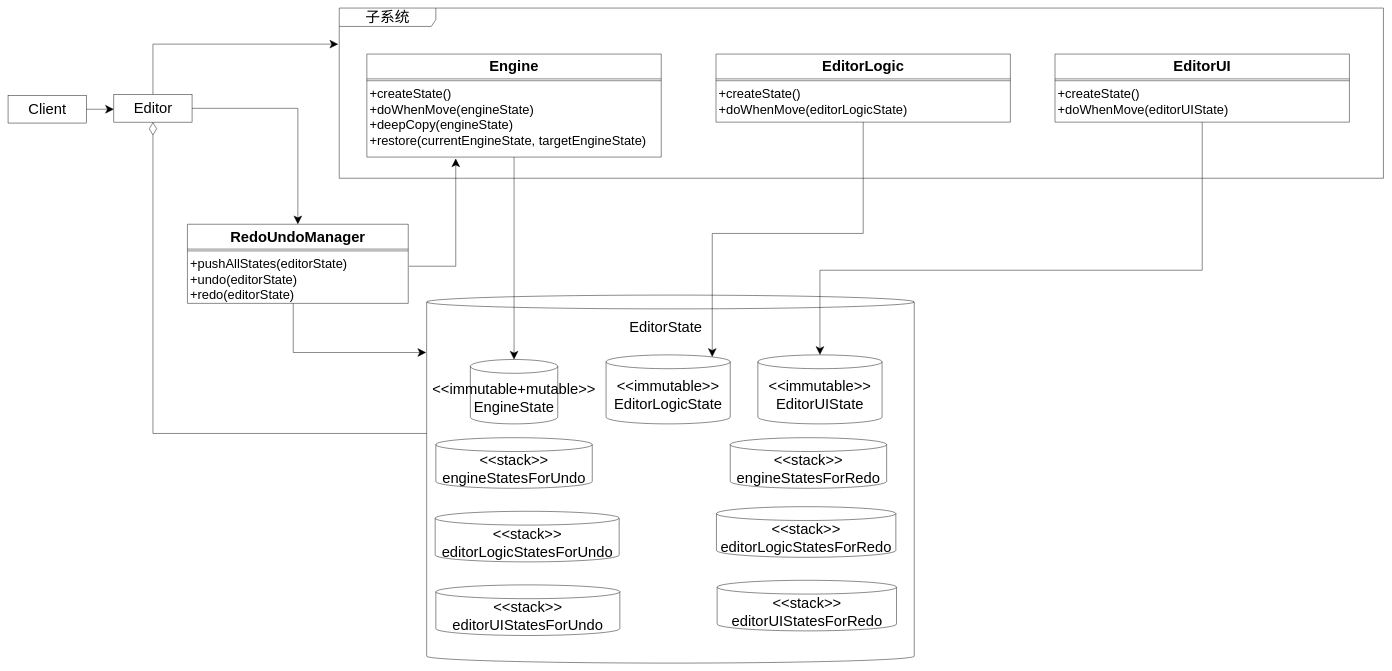
This is packages/撤销重做模式/story_improve/UML.drawio from yyc-git/3DProgramPattern, a draw.io file, before an edit. Source tidied: cells renumbered, new cells numbered last; positions are measured from the earlier drawing's top-left corner, leaving out a move shared by most shapes. Both pictures are drawn from the tidied source at 46%, with x=0, y=0 at pixel (8, 8).
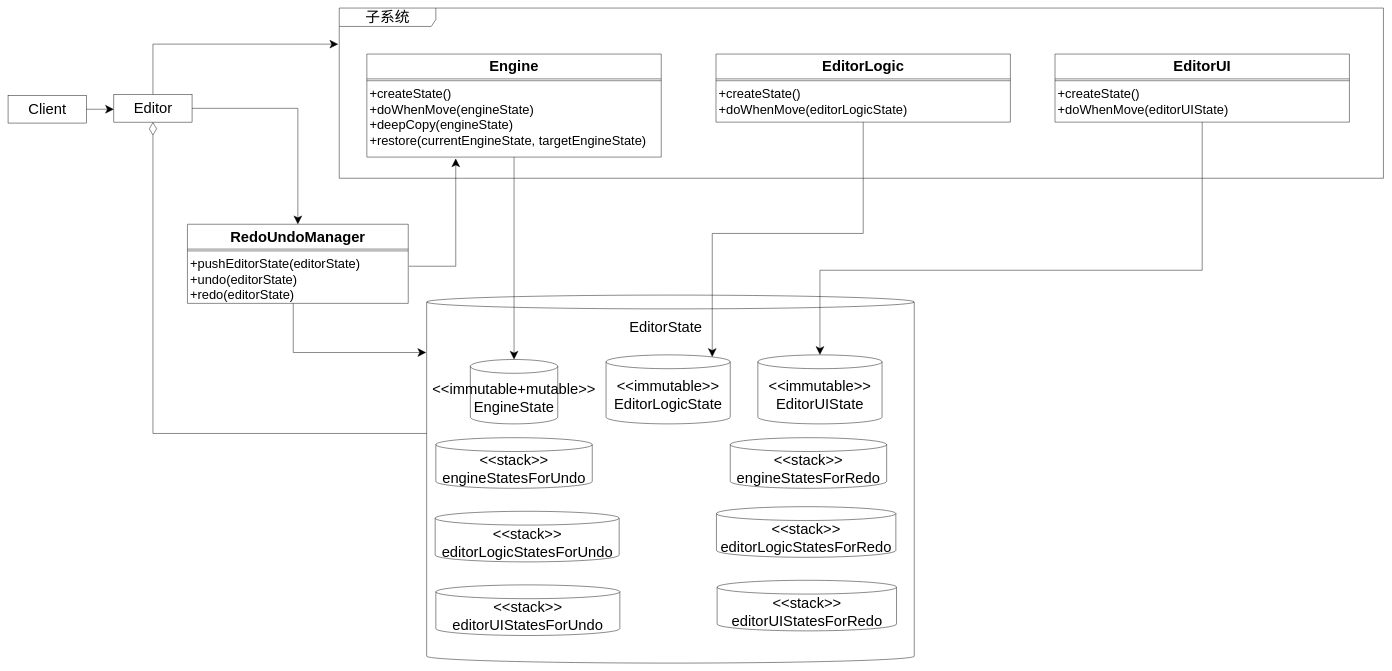
After the change.

Commit message (it also covers changes not shown here):
feat(撤销重做模式): update article; update code and uml;

The change refers to these unchanged cells:
```xml
<mxCell id="8" value="RedoUndoManager" style="swimlane;fontStyle=1;align=center;verticalAlign=top;horizontal=1;startSize=54;fontSize=32;" parent="1" vertex="1">
  <mxGeometry x="390" y="470" width="480" height="172" as="geometry" />
</mxCell>
```

What changed in the source:
```diff
@@
-    <mxCell id="10" value="+pushAllStates(editorState)&#10;+undo(editorState)&#10;+redo(editorState)" style="text;strokeColor=none;fillColor=none;align=left;verticalAlign=top;spacingLeft=4;spacingRight=4;overflow=hidden;points=[[0,0.5],[1,0.5]];portConstraint=eastwest;fontSize=28;" parent="8" vertex="1">
+    <mxCell id="10" value="+pushEditorState(editorState)&#10;+undo(editorState)&#10;+redo(editorState)" style="text;strokeColor=none;fillColor=none;align=left;verticalAlign=top;spacingLeft=4;spacingRight=4;overflow=hidden;points=[[0,0.5],[1,0.5]];portConstraint=eastwest;fontSize=28;" parent="8" vertex="1">
       <mxGeometry y="62" width="480" height="110" as="geometry" />
     </mxCell>
```
